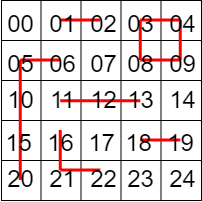
Above: images/programming_howto/connect.png in kaityo256/zenn-content (draw.io), before the change. Source tidied: cells renumbered, new cells last; positions are measured from the earlier drawing's top-left corner, leaving out a move shared by most shapes.
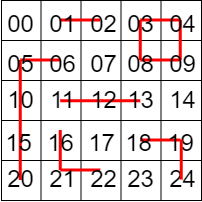
Later version of the same file.

Commit message:
:wrench: fixed typo

Change to the diagram source:
```diff
@@ -212,5 +212,11 @@
     <mxCell id="49" value="00" style="text;html=1;strokeColor=none;fillColor=none;align=center;verticalAlign=middle;whiteSpace=wrap;rounded=0;fontColor=#000000;fontSize=24;" parent="1" vertex="1">
       <mxGeometry x="2" y="8.5" width="35" height="30" as="geometry" />
     </mxCell>
+    <mxCell id="50" style="endArrow=none;html=1;strokeColor=#FF0000;fontSize=24;fontColor=#000000;strokeWidth=3;" parent="1" edge="1">
+      <mxGeometry relative="1" as="geometry">
+        <mxPoint x="179.8" y="179" as="sourcePoint" />
+        <mxPoint x="179.8" y="139" as="targetPoint" />
+      </mxGeometry>
+    </mxCell>
   </root>
 </mxGraphModel>
```
